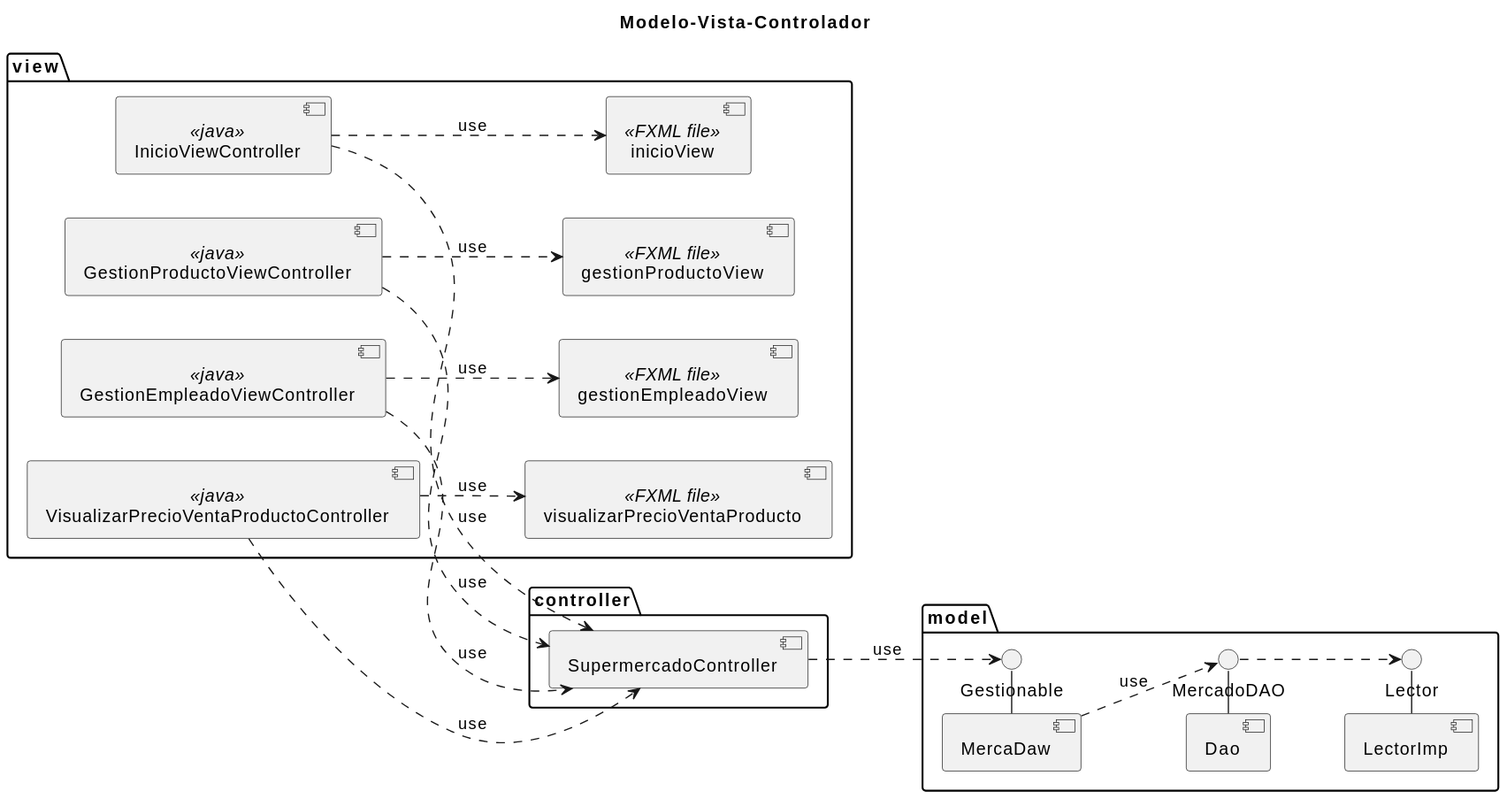
Earlier version of the PlantUML export manual/imagenes/DiagramaComponentes.svg (Edsonbs/MercaDAW). Source of this version:
```plantuml
@startuml
title Modelo-Vista-Controlador
left to right direction
package view{
    component InicioViewController <<java>> as inicioController
    component GestionProductoViewController <<java>> as gestionProdController
    component GestionEmpleadoViewController <<java>> as gestionEmpController
    component VisualizarPrecioVentaProductoController <<java>> as visualizarPrecioVentaProdController

    component inicioView <<FXML file>> as inicioView
    component gestionProductoView <<FXML file>> as gestionProdView
    component gestionEmpleadoView <<FXML file>> as gestionEmpView
    component visualizarPrecioVentaProducto <<FXML file>> as visualizarPrecioVentaProdView
}

package controller{
    component SupermercadoController as mdc
}

package model{
    component MercaDaw
    component Dao
    component LectorImp

    () "MercadoDAO" as dao
    () "Gestionable" as gestion
    () "Lector" as lectorif

    MercaDaw -() gestion
    Dao -() dao
    LectorImp -() lectorif

}

mdc ..> gestion : use
MercaDaw ..> dao : use

    inicioController ..> inicioView: use
    gestionProdController ..> gestionProdView: use
    gestionEmpController ..> gestionEmpView: use
    visualizarPrecioVentaProdController ..> visualizarPrecioVentaProdView: use

    visualizarPrecioVentaProdController ..> mdc:use
    gestionProdController ..> mdc: use
    gestionEmpController ..> mdc: use
    inicioController ..> mdc: use

dao ..> lectorif
@enduml
```
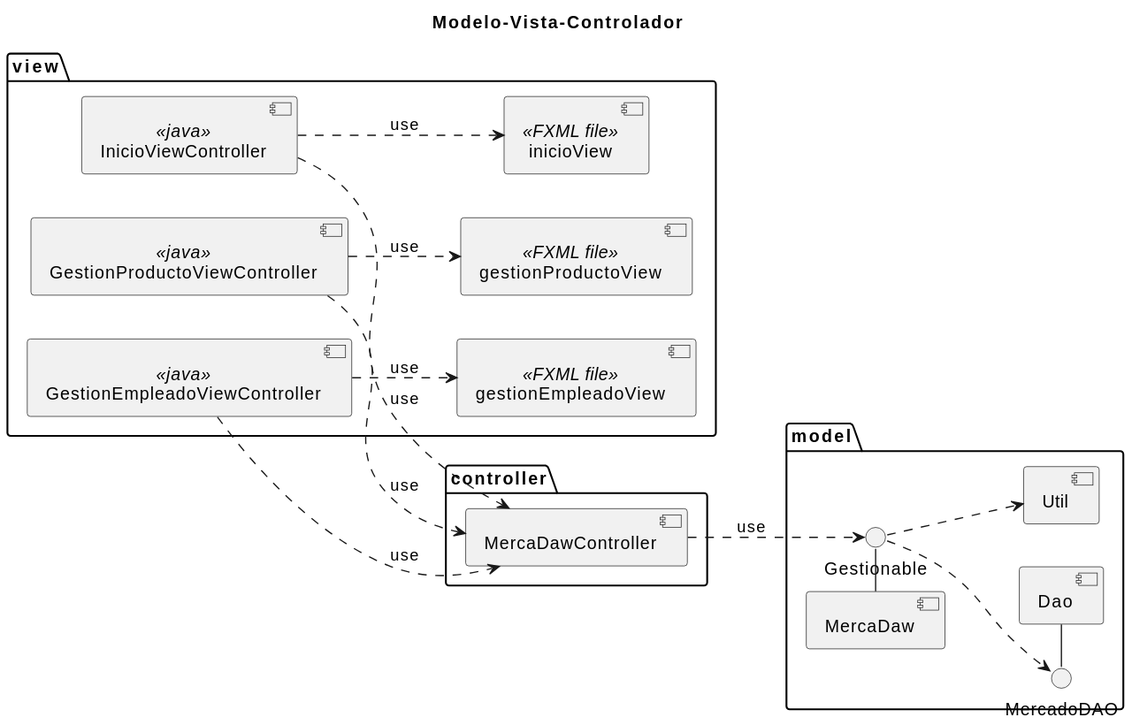
The same diagram one commit later.

Diff of the diagram source:
```diff
@@ -5,45 +5,40 @@
     component InicioViewController <<java>> as inicioController
     component GestionProductoViewController <<java>> as gestionProdController
     component GestionEmpleadoViewController <<java>> as gestionEmpController
-    component VisualizarPrecioVentaProductoController <<java>> as visualizarPrecioVentaProdController
 
     component inicioView <<FXML file>> as inicioView
     component gestionProductoView <<FXML file>> as gestionProdView
     component gestionEmpleadoView <<FXML file>> as gestionEmpView
-    component visualizarPrecioVentaProducto <<FXML file>> as visualizarPrecioVentaProdView
 }
 
 package controller{
-    component SupermercadoController as mdc
+    component MercaDawController as mdc
 }
 
 package model{
     component MercaDaw
     component Dao
-    component LectorImp
+    component Util
 
     () "MercadoDAO" as dao
     () "Gestionable" as gestion
-    () "Lector" as lectorif
 
     MercaDaw -() gestion
     Dao -() dao
-    LectorImp -() lectorif
 
 }
 
 mdc ..> gestion : use
-MercaDaw ..> dao : use
+
 
     inicioController ..> inicioView: use
     gestionProdController ..> gestionProdView: use
     gestionEmpController ..> gestionEmpView: use
-    visualizarPrecioVentaProdController ..> visualizarPrecioVentaProdView: use
 
-    visualizarPrecioVentaProdController ..> mdc:use
     gestionProdController ..> mdc: use
     gestionEmpController ..> mdc: use
     inicioController ..> mdc: use
 
-dao ..> lectorif
+gestion ..> dao
+gestion ..> Util
 @enduml
```
